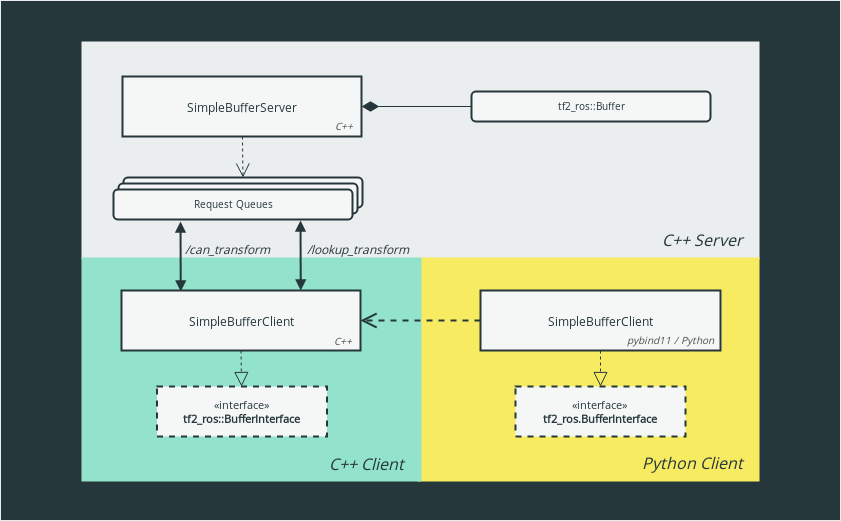
The draw.io diagram diagram.png in magazino/tf_service, before a commit. Source tidied: cells renumbered, new cells last; positions are measured from the earlier drawing's top-left corner, leaving out a move shared by most shapes. The source it was exported from:
```xml
<mxGraphModel>
  <root>
    <mxCell id="0" />
    <mxCell id="1" parent="0" />
    <mxCell id="2" style="rounded=0;whiteSpace=wrap;html=1;strokeColor=#EBEEEE;fillColor=#26373B;" parent="1" vertex="1">
      <mxGeometry width="840" height="520" as="geometry" />
    </mxCell>
    <mxCell id="3" style="rounded=0;whiteSpace=wrap;html=1;labelBackgroundColor=none;strokeWidth=2;fillColor=#EBEEEE;fontFamily=Helvetica;fontSize=10;fontColor=#4D4D4D;strokeColor=#26373B;" parent="1" vertex="1">
      <mxGeometry x="80" y="40" width="680" height="220" as="geometry" />
    </mxCell>
    <mxCell id="4" style="rounded=0;whiteSpace=wrap;html=1;labelBackgroundColor=none;strokeWidth=2;fillColor=#F7EB61;fontFamily=Helvetica;fontSize=10;fontColor=#4D4D4D;strokeColor=#F7EB61;" parent="1" vertex="1">
      <mxGeometry x="418" y="258" width="340" height="222" as="geometry" />
    </mxCell>
    <mxCell id="5" style="rounded=0;whiteSpace=wrap;html=1;labelBackgroundColor=none;strokeWidth=2;fillColor=#93e2cb;fontFamily=Helvetica;fontSize=10;fontColor=#4D4D4D;strokeColor=#93E2CB;" parent="1" vertex="1">
      <mxGeometry x="82" y="258" width="338" height="222" as="geometry" />
    </mxCell>
    <mxCell id="6" style="html=1;verticalAlign=bottom;endArrow=block;exitX=0.75;exitY=0;exitDx=0;exitDy=0;startArrow=block;startFill=1;fontFamily=Helvetica;strokeWidth=2;strokeColor=#26373B;" parent="1" edge="1" source="23">
      <mxGeometry relative="1" as="geometry">
        <mxPoint x="300" y="220" as="targetPoint" />
      </mxGeometry>
    </mxCell>
    <mxCell id="7" value="&lt;font style=&quot;font-size: 11px&quot; face=&quot;Open Sans&quot; color=&quot;#26373B&quot;&gt;«interface»&lt;br&gt;&lt;b&gt;tf2_ros::BufferInterface&lt;/b&gt;&lt;/font&gt;" style="html=1;dashed=1;strokeWidth=2;fillColor=#F5F7F7;fontFamily=Helvetica;strokeColor=#26373B;" parent="1" vertex="1">
      <mxGeometry x="156.5" y="386" width="170" height="50" as="geometry" />
    </mxCell>
    <mxCell id="8" style="endArrow=block;dashed=1;endFill=0;endSize=12;html=1;exitX=0.5;exitY=1;exitDx=0;exitDy=0;fontFamily=Helvetica;strokeColor=#26373B;strokeWidth=1;" parent="1" edge="1" source="23" target="7">
      <mxGeometry relative="1" as="geometry" />
    </mxCell>
    <mxCell id="9" value="&lt;font style=&quot;font-size: 11px&quot; face=&quot;Open Sans&quot; color=&quot;#26373B&quot;&gt;«interface»&lt;br&gt;&lt;b&gt;tf2_ros.BufferInterface&lt;/b&gt;&lt;/font&gt;" style="html=1;dashed=1;strokeWidth=2;fillColor=#F5F7F7;fontFamily=Helvetica;strokeColor=#26373B;" parent="1" vertex="1">
      <mxGeometry x="515" y="386" width="170" height="50" as="geometry" />
    </mxCell>
    <mxCell id="10" style="endArrow=block;dashed=1;endFill=0;endSize=12;html=1;exitX=0.5;exitY=1;exitDx=0;exitDy=0;entryX=0.5;entryY=0;entryDx=0;entryDy=0;fontFamily=Helvetica;strokeColor=#26373B;strokeWidth=1;" parent="1" edge="1" source="21" target="9">
      <mxGeometry relative="1" as="geometry" />
    </mxCell>
    <mxCell id="11" value="&lt;font face=&quot;Open Sans&quot; color=&quot;#26373B&quot;&gt;tf2_ros::Buffer&lt;/font&gt;" style="rounded=1;whiteSpace=wrap;html=1;labelBackgroundColor=none;strokeWidth=2;fillColor=#F5F7F7;fontFamily=Helvetica;fontSize=10;fontColor=#4D4D4D;strokeColor=#26373B;" parent="1" vertex="1">
      <mxGeometry x="471" y="91" width="239" height="30" as="geometry" />
    </mxCell>
    <mxCell id="12" style="endArrow=diamondThin;endFill=1;endSize=15;html=1;exitX=0;exitY=0.5;exitDx=0;exitDy=0;fontFamily=Helvetica;entryX=1;entryY=0.5;entryDx=0;entryDy=0;strokeColor=#26373B;strokeWidth=1;" parent="1" edge="1" source="11" target="26">
      <mxGeometry relative="1" as="geometry" />
    </mxCell>
    <mxCell id="13" value="&lt;div&gt;&lt;br&gt;&lt;/div&gt;&lt;div&gt;&lt;br&gt;&lt;/div&gt;" style="endArrow=open;endSize=12;dashed=1;html=1;entryX=0.5;entryY=0;entryDx=0;entryDy=0;fontFamily=Helvetica;strokeWidth=1;strokeColor=#26373B;" parent="1" edge="1" source="26" target="28">
      <mxGeometry relative="1" as="geometry" />
    </mxCell>
    <mxCell id="14" style="group;fillColor=#F5F7F7;strokeColor=none;" parent="1" vertex="1">
      <mxGeometry x="480" y="290" width="241" height="60" as="geometry" />
    </mxCell>
    <mxCell id="15" style="group;fillColor=#F5F7F7;strokeColor=#26373B;" parent="1" vertex="1">
      <mxGeometry x="121" y="290" width="239" height="60" as="geometry" />
    </mxCell>
    <mxCell id="16" value="&lt;div&gt;&lt;br&gt;&lt;/div&gt;&lt;div&gt;&lt;br&gt;&lt;/div&gt;" style="endArrow=open;endSize=12;dashed=1;html=1;entryX=1;entryY=0.5;entryDx=0;entryDy=0;fontFamily=Helvetica;strokeWidth=2;strokeColor=#26373B;exitX=0;exitY=0.5;exitDx=0;exitDy=0;" parent="1" edge="1" source="21" target="23">
      <mxGeometry relative="1" as="geometry" />
    </mxCell>
    <mxCell id="17" style="html=1;verticalAlign=bottom;endArrow=block;exitX=0.75;exitY=0;exitDx=0;exitDy=0;startArrow=block;startFill=1;fontFamily=Helvetica;strokeWidth=2;strokeColor=#26373B;" parent="1" edge="1">
      <mxGeometry relative="1" as="geometry">
        <mxPoint x="180.2" y="291" as="sourcePoint" />
        <mxPoint x="180" y="221" as="targetPoint" />
      </mxGeometry>
    </mxCell>
    <mxCell id="18" value="&lt;font style=&quot;font-size: 16px&quot; color=&quot;#26373B&quot;&gt;&lt;i&gt;&lt;font style=&quot;font-size: 16px&quot; face=&quot;Open Sans&quot;&gt;Python Client&lt;/font&gt;&lt;/i&gt;&lt;/font&gt;" style="text;html=1;strokeColor=none;fillColor=none;align=center;verticalAlign=middle;whiteSpace=wrap;rounded=0;" parent="1" vertex="1">
      <mxGeometry x="617" y="433.5" width="148" height="57" as="geometry" />
    </mxCell>
    <mxCell id="19" value="&lt;font style=&quot;font-size: 16px&quot; color=&quot;#26373B&quot;&gt;&lt;i&gt;&lt;font style=&quot;font-size: 16px&quot; face=&quot;Open Sans&quot;&gt;C++ Client&lt;/font&gt;&lt;/i&gt;&lt;/font&gt;" style="text;html=1;strokeColor=none;fillColor=none;align=center;verticalAlign=middle;whiteSpace=wrap;rounded=0;" parent="1" vertex="1">
      <mxGeometry x="290" y="443" width="150" height="39" as="geometry" />
    </mxCell>
    <mxCell id="20" value="&lt;font style=&quot;font-size: 16px&quot; color=&quot;#26373B&quot;&gt;&lt;i&gt;&lt;font style=&quot;font-size: 16px&quot; face=&quot;Open Sans&quot;&gt;C++ Server&lt;br&gt;&lt;/font&gt;&lt;/i&gt;&lt;/font&gt;" style="text;html=1;strokeColor=none;fillColor=none;align=center;verticalAlign=middle;whiteSpace=wrap;rounded=0;" parent="1" vertex="1">
      <mxGeometry x="624" y="213" width="157" height="52" as="geometry" />
    </mxCell>
    <mxCell id="21" value="&lt;font face=&quot;Open Sans&quot; color=&quot;#26373B&quot;&gt;SimpleBufferClient&lt;/font&gt;" style="rounded=0;whiteSpace=wrap;html=1;fontFamily=Helvetica;strokeWidth=2;strokeColor=#26373B;fillColor=#F5F7F7;" parent="1" vertex="1">
      <mxGeometry x="480" y="290" width="240" height="60" as="geometry" />
    </mxCell>
    <mxCell id="22" value="&lt;font face=&quot;Open Sans&quot;&gt;pybind11 / Python&lt;/font&gt;" style="text;html=1;strokeColor=none;fillColor=none;align=center;verticalAlign=middle;whiteSpace=wrap;rounded=0;dashed=1;fontFamily=Helvetica;fontStyle=2;fontSize=10;labelBackgroundColor=none;fontColor=#4D4D4D;" parent="1" vertex="1">
      <mxGeometry x="624" y="333" width="91" height="12" as="geometry" />
    </mxCell>
    <mxCell id="23" value="&lt;font face=&quot;Open Sans&quot; color=&quot;#26373B&quot;&gt;SimpleBufferClient&lt;/font&gt;" style="rounded=0;whiteSpace=wrap;html=1;fontFamily=Helvetica;strokeWidth=2;strokeColor=#26373B;fillColor=#F5F7F7;" parent="1" vertex="1">
      <mxGeometry x="121" y="290" width="239" height="60" as="geometry" />
    </mxCell>
    <mxCell id="24" value="&lt;font face=&quot;Open Sans&quot;&gt;C++&lt;/font&gt;" style="text;html=1;strokeColor=none;fillColor=none;align=center;verticalAlign=middle;whiteSpace=wrap;rounded=0;dashed=1;fontFamily=Helvetica;fontStyle=2;fontSize=10;labelBackgroundColor=none;fontColor=#4D4D4D;" parent="1" vertex="1">
      <mxGeometry x="322" y="334" width="40" height="12" as="geometry" />
    </mxCell>
    <mxCell id="25" style="group;fillColor=#F5F7F7;strokeColor=#26373B;" parent="1" vertex="1">
      <mxGeometry x="122" y="76" width="239" height="60" as="geometry" />
    </mxCell>
    <mxCell id="26" value="&lt;font color=&quot;#26373B&quot;&gt;SimpleBufferServer&lt;/font&gt;" style="rounded=0;whiteSpace=wrap;html=1;fontFamily=Open Sans;strokeWidth=2;FType=g;strokeColor=#26373B;fillColor=#F5F7F7;" parent="1" vertex="1">
      <mxGeometry x="122" y="76" width="239" height="60" as="geometry" />
    </mxCell>
    <mxCell id="27" value="&lt;font face=&quot;Open Sans&quot;&gt;C++&lt;/font&gt;" style="text;html=1;strokeColor=none;fillColor=none;align=center;verticalAlign=middle;whiteSpace=wrap;rounded=0;dashed=1;fontFamily=Helvetica;fontStyle=2;fontSize=10;labelBackgroundColor=none;fontColor=#4D4D4D;" parent="1" vertex="1">
      <mxGeometry x="323" y="115" width="40" height="20" as="geometry" />
    </mxCell>
    <mxCell id="28" style="rounded=1;whiteSpace=wrap;html=1;labelBackgroundColor=none;strokeWidth=2;fillColor=#F5F7F7;fontFamily=Helvetica;fontSize=10;fontColor=#4D4D4D;strokeColor=#26373B;" parent="1" vertex="1">
      <mxGeometry x="123" y="177" width="239" height="30" as="geometry" />
    </mxCell>
    <mxCell id="29" style="rounded=1;whiteSpace=wrap;html=1;labelBackgroundColor=none;strokeWidth=2;fillColor=#F5F7F7;fontFamily=Helvetica;fontSize=10;fontColor=#4D4D4D;strokeColor=#26373B;" parent="1" vertex="1">
      <mxGeometry x="118" y="183" width="239" height="30" as="geometry" />
    </mxCell>
    <mxCell id="30" value="&lt;font face=&quot;Open Sans&quot; color=&quot;#26373B&quot;&gt;Request Queues&lt;/font&gt;" style="rounded=1;whiteSpace=wrap;html=1;labelBackgroundColor=none;strokeWidth=2;fillColor=#F5F7F7;fontFamily=Helvetica;fontSize=10;fontColor=#4D4D4D;strokeColor=#26373B;" parent="1" vertex="1">
      <mxGeometry x="113" y="189" width="239" height="30" as="geometry" />
    </mxCell>
    <mxCell id="31" value="&lt;i&gt;&lt;font face=&quot;Open Sans&quot; color=&quot;#26373B&quot;&gt;/lookup_transform&lt;/font&gt;&lt;/i&gt;" style="text;html=1;strokeColor=none;fillColor=none;align=center;verticalAlign=middle;whiteSpace=wrap;rounded=0;" parent="1" vertex="1">
      <mxGeometry x="289.5" y="238" width="135" height="20" as="geometry" />
    </mxCell>
    <mxCell id="32" value="&lt;i&gt;&lt;font face=&quot;Open Sans&quot; color=&quot;#26373B&quot;&gt;/can_transform&lt;/font&gt;&lt;/i&gt;" style="text;html=1;strokeColor=none;fillColor=none;align=center;verticalAlign=middle;whiteSpace=wrap;rounded=0;" parent="1" vertex="1">
      <mxGeometry x="159" y="238" width="135" height="20" as="geometry" />
    </mxCell>
  </root>
</mxGraphModel>
```
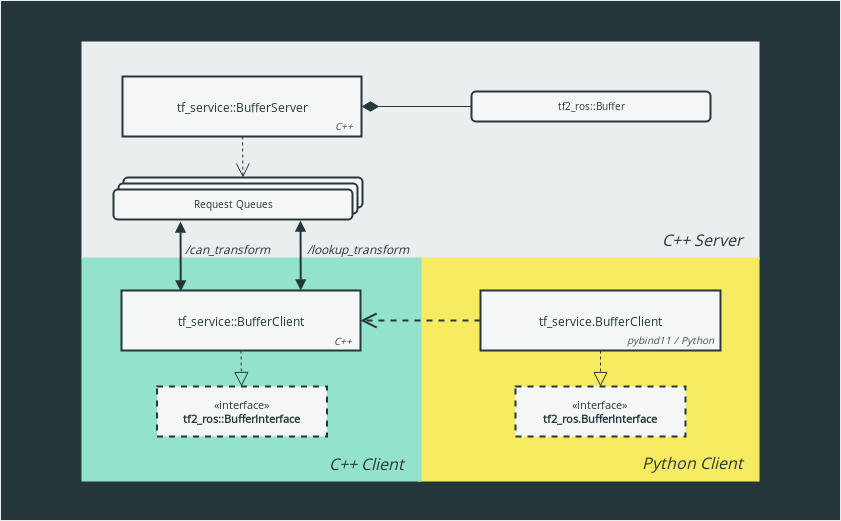
The same file after the commit.

The edit, as a diff of the source:
```diff
@@ -64,13 +64,13 @@
     <mxCell id="20" value="&lt;font style=&quot;font-size: 16px&quot; color=&quot;#26373B&quot;&gt;&lt;i&gt;&lt;font style=&quot;font-size: 16px&quot; face=&quot;Open Sans&quot;&gt;C++ Server&lt;br&gt;&lt;/font&gt;&lt;/i&gt;&lt;/font&gt;" style="text;html=1;strokeColor=none;fillColor=none;align=center;verticalAlign=middle;whiteSpace=wrap;rounded=0;" parent="1" vertex="1">
       <mxGeometry x="624" y="213" width="157" height="52" as="geometry" />
     </mxCell>
-    <mxCell id="21" value="&lt;font face=&quot;Open Sans&quot; color=&quot;#26373B&quot;&gt;SimpleBufferClient&lt;/font&gt;" style="rounded=0;whiteSpace=wrap;html=1;fontFamily=Helvetica;strokeWidth=2;strokeColor=#26373B;fillColor=#F5F7F7;" parent="1" vertex="1">
+    <mxCell id="21" value="&lt;font face=&quot;Open Sans&quot; color=&quot;#26373B&quot;&gt;tf_service.BufferClient&lt;/font&gt;" style="rounded=0;whiteSpace=wrap;html=1;fontFamily=Helvetica;strokeWidth=2;strokeColor=#26373B;fillColor=#F5F7F7;" parent="1" vertex="1">
       <mxGeometry x="480" y="290" width="240" height="60" as="geometry" />
     </mxCell>
     <mxCell id="22" value="&lt;font face=&quot;Open Sans&quot;&gt;pybind11 / Python&lt;/font&gt;" style="text;html=1;strokeColor=none;fillColor=none;align=center;verticalAlign=middle;whiteSpace=wrap;rounded=0;dashed=1;fontFamily=Helvetica;fontStyle=2;fontSize=10;labelBackgroundColor=none;fontColor=#4D4D4D;" parent="1" vertex="1">
       <mxGeometry x="624" y="333" width="91" height="12" as="geometry" />
     </mxCell>
-    <mxCell id="23" value="&lt;font face=&quot;Open Sans&quot; color=&quot;#26373B&quot;&gt;SimpleBufferClient&lt;/font&gt;" style="rounded=0;whiteSpace=wrap;html=1;fontFamily=Helvetica;strokeWidth=2;strokeColor=#26373B;fillColor=#F5F7F7;" parent="1" vertex="1">
+    <mxCell id="23" value="&lt;div&gt;&lt;font face=&quot;Open Sans&quot; color=&quot;#26373B&quot;&gt;tf_service::BufferClient&lt;/font&gt;&lt;/div&gt;" style="rounded=0;whiteSpace=wrap;html=1;fontFamily=Helvetica;strokeWidth=2;strokeColor=#26373B;fillColor=#F5F7F7;" parent="1" vertex="1">
       <mxGeometry x="121" y="290" width="239" height="60" as="geometry" />
     </mxCell>
     <mxCell id="24" value="&lt;font face=&quot;Open Sans&quot;&gt;C++&lt;/font&gt;" style="text;html=1;strokeColor=none;fillColor=none;align=center;verticalAlign=middle;whiteSpace=wrap;rounded=0;dashed=1;fontFamily=Helvetica;fontStyle=2;fontSize=10;labelBackgroundColor=none;fontColor=#4D4D4D;" parent="1" vertex="1">
@@ -79,7 +79,7 @@
     <mxCell id="25" style="group;fillColor=#F5F7F7;strokeColor=#26373B;" parent="1" vertex="1">
       <mxGeometry x="122" y="76" width="239" height="60" as="geometry" />
     </mxCell>
-    <mxCell id="26" value="&lt;font color=&quot;#26373B&quot;&gt;SimpleBufferServer&lt;/font&gt;" style="rounded=0;whiteSpace=wrap;html=1;fontFamily=Open Sans;strokeWidth=2;FType=g;strokeColor=#26373B;fillColor=#F5F7F7;" parent="1" vertex="1">
+    <mxCell id="26" value="&lt;font color=&quot;#26373B&quot;&gt;tf_service::BufferServer&lt;/font&gt;" style="rounded=0;whiteSpace=wrap;html=1;fontFamily=Open Sans;strokeWidth=2;FType=g;strokeColor=#26373B;fillColor=#F5F7F7;" parent="1" vertex="1">
       <mxGeometry x="122" y="76" width="239" height="60" as="geometry" />
     </mxCell>
     <mxCell id="27" value="&lt;font face=&quot;Open Sans&quot;&gt;C++&lt;/font&gt;" style="text;html=1;strokeColor=none;fillColor=none;align=center;verticalAlign=middle;whiteSpace=wrap;rounded=0;dashed=1;fontFamily=Helvetica;fontStyle=2;fontSize=10;labelBackgroundColor=none;fontColor=#4D4D4D;" parent="1" vertex="1">
```
